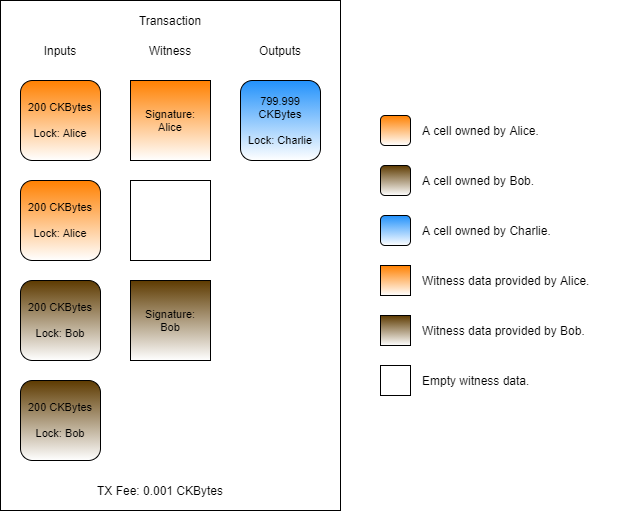
jordanmack/developer-training-course-documentation keeps this draw.io diagram as .gitbook/assets/witness-indexes.png. Above is the earlier version. Source tidied: cells renumbered, new cells last; positions are measured from the earlier drawing's top-left corner, leaving out a move shared by most shapes. Source of this version:
```xml
<mxGraphModel>
  <root>
    <mxCell id="0" />
    <mxCell id="1" parent="0" />
    <mxCell id="2" style="rounded=0;whiteSpace=wrap;html=1;" parent="1" vertex="1">
      <mxGeometry width="340" height="510" as="geometry" />
    </mxCell>
    <mxCell id="3" value="Transaction" style="text;html=1;strokeColor=none;fillColor=none;align=center;verticalAlign=middle;whiteSpace=wrap;rounded=0;" parent="1" vertex="1">
      <mxGeometry x="20" y="10" width="300" height="20" as="geometry" />
    </mxCell>
    <mxCell id="4" value="Witness" style="text;html=1;strokeColor=none;fillColor=none;align=center;verticalAlign=middle;whiteSpace=wrap;rounded=0;" parent="1" vertex="1">
      <mxGeometry x="135" y="40" width="70" height="20" as="geometry" />
    </mxCell>
    <mxCell id="5" value="Outputs" style="text;html=1;strokeColor=none;fillColor=none;align=center;verticalAlign=middle;whiteSpace=wrap;rounded=0;" parent="1" vertex="1">
      <mxGeometry x="245" y="40" width="70" height="20" as="geometry" />
    </mxCell>
    <mxCell id="6" value="TX Fee: 0.001 CKBytes" style="text;html=1;strokeColor=none;fillColor=none;align=center;verticalAlign=middle;whiteSpace=wrap;rounded=0;" parent="1" vertex="1">
      <mxGeometry x="60" y="480" width="200" height="20" as="geometry" />
    </mxCell>
    <mxCell id="7" style="rounded=1;whiteSpace=wrap;html=1;gradientColor=#ffffff;fillColor=#5D3A00;" parent="1" vertex="1">
      <mxGeometry x="380" y="165" width="30" height="30" as="geometry" />
    </mxCell>
    <mxCell id="8" style="rounded=1;whiteSpace=wrap;html=1;gradientColor=#ffffff;fillColor=#FF8000;" parent="1" vertex="1">
      <mxGeometry x="380" y="115" width="30" height="30" as="geometry" />
    </mxCell>
    <mxCell id="9" value="A cell owned by Alice." style="text;html=1;strokeColor=none;fillColor=none;align=left;verticalAlign=middle;whiteSpace=wrap;rounded=0;dashed=1;" parent="1" vertex="1">
      <mxGeometry x="420" y="120" width="200" height="20" as="geometry" />
    </mxCell>
    <mxCell id="10" value="A cell owned by Bob." style="text;html=1;strokeColor=none;fillColor=none;align=left;verticalAlign=middle;whiteSpace=wrap;rounded=0;dashed=1;" parent="1" vertex="1">
      <mxGeometry x="420" y="170" width="200" height="20" as="geometry" />
    </mxCell>
    <mxCell id="11" value="799.999 CKBytes&lt;br&gt;&lt;br&gt;Lock: Charlie" style="rounded=1;whiteSpace=wrap;html=1;fontSize=11;gradientColor=#ffffff;fillColor=#2191FB;" parent="1" vertex="1">
      <mxGeometry x="240" y="80" width="80" height="80" as="geometry" />
    </mxCell>
    <mxCell id="12" value="Inputs" style="text;html=1;strokeColor=none;fillColor=none;align=center;verticalAlign=middle;whiteSpace=wrap;rounded=0;" parent="1" vertex="1">
      <mxGeometry x="25" y="40" width="70" height="20" as="geometry" />
    </mxCell>
    <mxCell id="13" value="200 CKBytes&lt;br&gt;&lt;br&gt;Lock: Alice" style="rounded=1;whiteSpace=wrap;html=1;fontSize=11;gradientColor=#ffffff;fillColor=#FF8000;" parent="1" vertex="1">
      <mxGeometry x="20" y="80" width="80" height="80" as="geometry" />
    </mxCell>
    <mxCell id="14" value="200 CKBytes&lt;br&gt;&lt;br&gt;Lock: Alice" style="rounded=1;whiteSpace=wrap;html=1;fontSize=11;gradientColor=#ffffff;fillColor=#FF8000;" parent="1" vertex="1">
      <mxGeometry x="20" y="180" width="80" height="80" as="geometry" />
    </mxCell>
    <mxCell id="15" value="200 CKBytes&lt;br&gt;&lt;br&gt;Lock: Bob" style="rounded=1;whiteSpace=wrap;html=1;fontSize=11;gradientColor=#ffffff;fillColor=#5D3A00;" parent="1" vertex="1">
      <mxGeometry x="20" y="280" width="80" height="80" as="geometry" />
    </mxCell>
    <mxCell id="16" style="rounded=1;whiteSpace=wrap;html=1;gradientColor=#ffffff;fillColor=#2191FB;" parent="1" vertex="1">
      <mxGeometry x="380" y="215" width="30" height="30" as="geometry" />
    </mxCell>
    <mxCell id="17" value="A cell owned by Charlie." style="text;html=1;strokeColor=none;fillColor=none;align=left;verticalAlign=middle;whiteSpace=wrap;rounded=0;dashed=1;" parent="1" vertex="1">
      <mxGeometry x="420" y="220" width="200" height="20" as="geometry" />
    </mxCell>
    <mxCell id="18" value="Signature:&lt;br style=&quot;font-size: 11px&quot;&gt;Alice" style="rounded=0;whiteSpace=wrap;html=1;gradientColor=#ffffff;fillColor=#FF8000;fontSize=11;" parent="1" vertex="1">
      <mxGeometry x="130" y="80" width="80" height="80" as="geometry" />
    </mxCell>
    <mxCell id="19" style="rounded=0;whiteSpace=wrap;html=1;strokeColor=#000000;gradientColor=#ffffff;fillColor=#FFFFFF;" parent="1" vertex="1">
      <mxGeometry x="130" y="180" width="80" height="80" as="geometry" />
    </mxCell>
    <mxCell id="20" value="Signature:&lt;br style=&quot;font-size: 11px&quot;&gt;Bob" style="rounded=0;whiteSpace=wrap;html=1;gradientColor=#ffffff;fillColor=#5D3A00;fontSize=11;" parent="1" vertex="1">
      <mxGeometry x="130" y="280" width="80" height="80" as="geometry" />
    </mxCell>
    <mxCell id="21" style="rounded=0;whiteSpace=wrap;html=1;strokeColor=#000000;gradientColor=#ffffff;fillColor=#FF8000;" parent="1" vertex="1">
      <mxGeometry x="380" y="265" width="30" height="30" as="geometry" />
    </mxCell>
    <mxCell id="22" value="Witness data provided by Alice." style="text;html=1;strokeColor=none;fillColor=none;align=left;verticalAlign=middle;whiteSpace=wrap;rounded=0;dashed=1;" parent="1" vertex="1">
      <mxGeometry x="420" y="270" width="200" height="20" as="geometry" />
    </mxCell>
    <mxCell id="23" style="rounded=0;whiteSpace=wrap;html=1;strokeColor=#000000;fillColor=#5D3A00;gradientColor=#ffffff;" parent="1" vertex="1">
      <mxGeometry x="380" y="315" width="30" height="30" as="geometry" />
    </mxCell>
    <mxCell id="24" value="Witness data provided by Bob." style="text;html=1;strokeColor=none;fillColor=none;align=left;verticalAlign=middle;whiteSpace=wrap;rounded=0;dashed=1;" parent="1" vertex="1">
      <mxGeometry x="420" y="320" width="200" height="20" as="geometry" />
    </mxCell>
    <mxCell id="25" style="rounded=0;whiteSpace=wrap;html=1;strokeColor=#000000;" parent="1" vertex="1">
      <mxGeometry x="380" y="365" width="30" height="30" as="geometry" />
    </mxCell>
    <mxCell id="26" value="Empty witness data." style="text;html=1;strokeColor=none;fillColor=none;align=left;verticalAlign=middle;whiteSpace=wrap;rounded=0;dashed=1;" parent="1" vertex="1">
      <mxGeometry x="420" y="370" width="200" height="20" as="geometry" />
    </mxCell>
    <mxCell id="27" value="200 CKBytes&lt;br&gt;&lt;br&gt;Lock: Bob" style="rounded=1;whiteSpace=wrap;html=1;fontSize=11;gradientColor=#ffffff;fillColor=#5D3A00;" parent="1" vertex="1">
      <mxGeometry x="20" y="380" width="80" height="80" as="geometry" />
    </mxCell>
  </root>
</mxGraphModel>
```
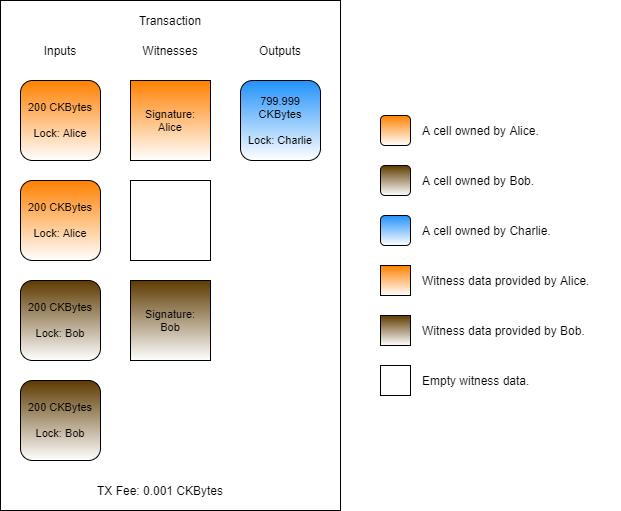
The same file after the commit.

The edit, as a diff of the source:
```diff
@@ -8,7 +8,7 @@
     <mxCell id="3" value="Transaction" style="text;html=1;strokeColor=none;fillColor=none;align=center;verticalAlign=middle;whiteSpace=wrap;rounded=0;" parent="1" vertex="1">
       <mxGeometry x="20" y="10" width="300" height="20" as="geometry" />
     </mxCell>
-    <mxCell id="4" value="Witness" style="text;html=1;strokeColor=none;fillColor=none;align=center;verticalAlign=middle;whiteSpace=wrap;rounded=0;" parent="1" vertex="1">
+    <mxCell id="4" value="Witnesses" style="text;html=1;strokeColor=none;fillColor=none;align=center;verticalAlign=middle;whiteSpace=wrap;rounded=0;" parent="1" vertex="1">
       <mxGeometry x="135" y="40" width="70" height="20" as="geometry" />
     </mxCell>
     <mxCell id="5" value="Outputs" style="text;html=1;strokeColor=none;fillColor=none;align=center;verticalAlign=middle;whiteSpace=wrap;rounded=0;" parent="1" vertex="1">
```
